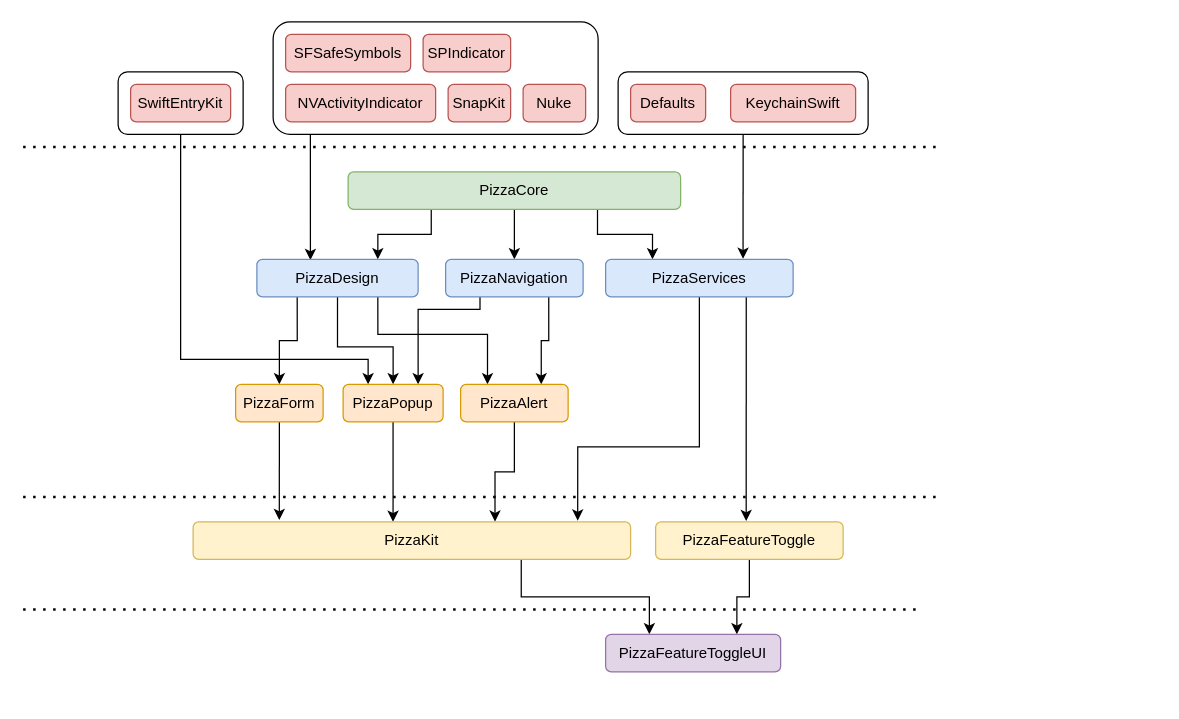
Earlier version of the draw.io diagram Resources/diagram.drawio (PizzaKit/pizzakit). Source tidied: cells renumbered, new cells numbered last; positions are measured from the earlier drawing's top-left corner, leaving out a move shared by most shapes. Both pictures are drawn from the tidied source at 125%, with x=0, y=0 at pixel (22, 21).
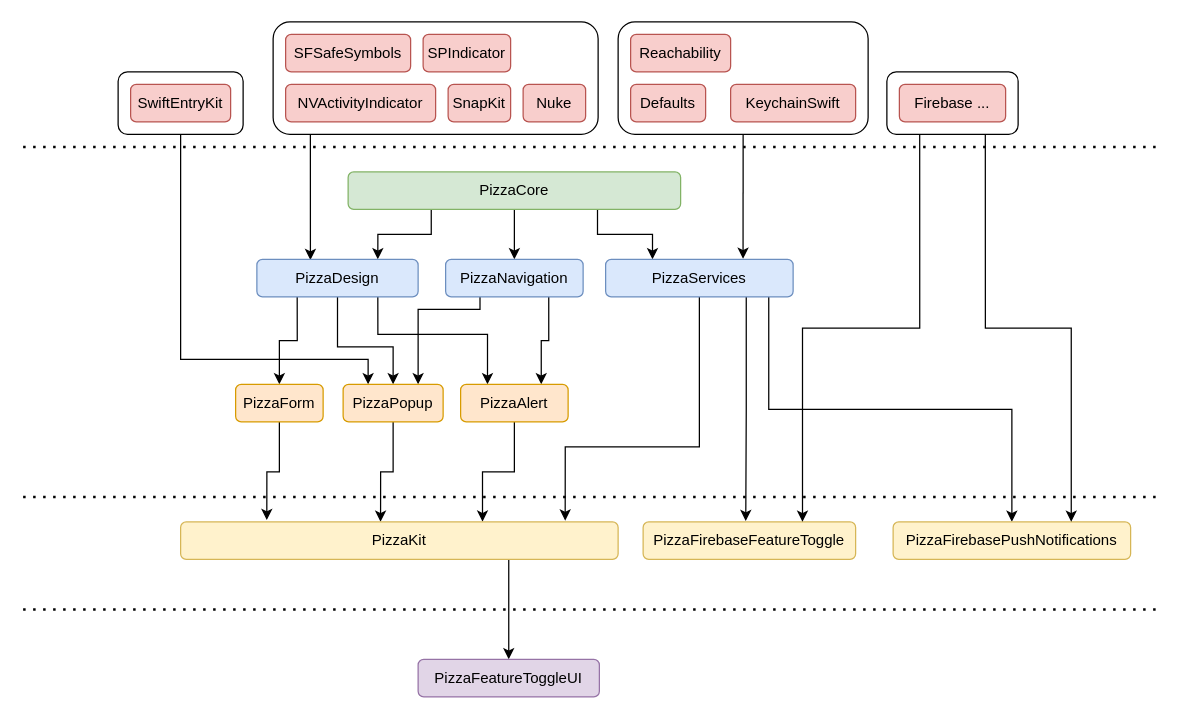
The same diagram, later.

The change refers to these unchanged cells:
```xml
<mxCell id="24" value="PizzaServices" style="rounded=1;whiteSpace=wrap;html=1;fillColor=#dae8fc;strokeColor=#6c8ebf;" parent="1" vertex="1">
  <mxGeometry x="466" y="190" width="150" height="30" as="geometry" />
</mxCell>
```

The edit, as a diff of the source:
```diff
@@
     <mxCell id="5" style="rounded=1;whiteSpace=wrap;html=1;" parent="1" vertex="1">
-      <mxGeometry x="476" y="40" width="200" height="50" as="geometry" />
+      <mxGeometry x="476" width="200" height="90" as="geometry" />
     </mxCell>
@@
     <mxCell id="22" style="edgeStyle=orthogonalEdgeStyle;rounded=0;jettySize=auto;html=1;entryX=0.879;entryY=-0.033;entryDx=0;entryDy=0;entryPerimeter=0;" parent="1" edge="1" source="24" target="33">
       <mxGeometry relative="1" as="geometry">
         <Array as="points">
           <mxPoint x="541" y="340" />
-          <mxPoint x="444" y="340" />
+          <mxPoint x="434" y="340" />
         </Array>
       </mxGeometry>
     </mxCell>
@@
+    <mxCell id="44" style="edgeStyle=orthogonalEdgeStyle;rounded=0;jettySize=auto;html=1;exitX=0.87;exitY=0.996;exitDx=0;exitDy=0;entryX=0.5;entryY=0;entryDx=0;entryDy=0;exitPerimeter=0;" parent="1" edge="1" source="24" target="45">
+      <mxGeometry relative="1" as="geometry" />
+    </mxCell>
@@
-    <mxCell id="32" style="edgeStyle=orthogonalEdgeStyle;rounded=0;jettySize=auto;html=1;exitX=0.75;exitY=1;exitDx=0;exitDy=0;entryX=0.25;entryY=0;entryDx=0;entryDy=0;" parent="1" edge="1" source="33" target="38">
+    <mxCell id="32" style="edgeStyle=orthogonalEdgeStyle;rounded=0;jettySize=auto;html=1;exitX=0.75;exitY=1;exitDx=0;exitDy=0;" parent="1" edge="1" source="33" target="38">
       <mxGeometry relative="1" as="geometry" />
     </mxCell>
     <mxCell id="33" value="PizzaKit" style="rounded=1;whiteSpace=wrap;html=1;fillColor=#fff2cc;strokeColor=#d6b656;" parent="1" vertex="1">
-      <mxGeometry x="136" y="400" width="350" height="30" as="geometry" />
+      <mxGeometry x="126" y="400" width="350" height="30" as="geometry" />
     </mxCell>
@@
-    <mxCell id="36" style="edgeStyle=orthogonalEdgeStyle;rounded=0;jettySize=auto;html=1;entryX=0.75;entryY=0;entryDx=0;entryDy=0;" parent="1" edge="1" source="37" target="38">
-      <mxGeometry relative="1" as="geometry" />
-    </mxCell>
-    <mxCell id="37" value="PizzaFeatureToggle" style="rounded=1;whiteSpace=wrap;html=1;fillColor=#fff2cc;strokeColor=#d6b656;" parent="1" vertex="1">
-      <mxGeometry x="506" y="400" width="150" height="30" as="geometry" />
+    <mxCell id="37" value="PizzaFirebaseFeatureToggle" style="rounded=1;whiteSpace=wrap;html=1;fillColor=#fff2cc;strokeColor=#d6b656;" parent="1" vertex="1">
+      <mxGeometry x="496" y="400" width="170" height="30" as="geometry" />
     </mxCell>
     <mxCell id="38" value="PizzaFeatureToggleUI" style="rounded=1;whiteSpace=wrap;html=1;fillColor=#e1d5e7;strokeColor=#9673a6;" parent="1" vertex="1">
-      <mxGeometry x="466" y="490" width="140" height="30" as="geometry" />
+      <mxGeometry x="316" y="510" width="145" height="30" as="geometry" />
     </mxCell>
@@
     <mxCell id="41" style="endArrow=none;dashed=1;html=1;dashPattern=1 3;strokeWidth=2;rounded=0;" parent="1" edge="1">
       <mxGeometry relative="1" as="geometry">
         <mxPoint y="100" as="sourcePoint" />
-        <mxPoint x="730" y="100" as="targetPoint" />
+        <mxPoint x="906" y="100" as="targetPoint" />
       </mxGeometry>
     </mxCell>
     <mxCell id="42" style="endArrow=none;dashed=1;html=1;dashPattern=1 3;strokeWidth=2;rounded=0;" parent="1" edge="1">
       <mxGeometry relative="1" as="geometry">
         <mxPoint y="380" as="sourcePoint" />
-        <mxPoint x="730" y="380" as="targetPoint" />
+        <mxPoint x="906" y="380" as="targetPoint" />
       </mxGeometry>
     </mxCell>
     <mxCell id="43" style="endArrow=none;dashed=1;html=1;dashPattern=1 3;strokeWidth=2;rounded=0;" parent="1" edge="1">
       <mxGeometry relative="1" as="geometry">
         <mxPoint y="470" as="sourcePoint" />
-        <mxPoint x="720" y="470" as="targetPoint" />
+        <mxPoint x="906" y="470" as="targetPoint" />
       </mxGeometry>
     </mxCell>
+    <mxCell id="45" value="PizzaFirebasePushNotifications" style="rounded=1;whiteSpace=wrap;html=1;fillColor=#fff2cc;strokeColor=#d6b656;" parent="1" vertex="1">
+      <mxGeometry x="696" y="400" width="190" height="30" as="geometry" />
+    </mxCell>
+    <mxCell id="46" style="edgeStyle=orthogonalEdgeStyle;rounded=0;jettySize=auto;html=1;exitX=0.25;exitY=1;exitDx=0;exitDy=0;entryX=0.75;entryY=0;entryDx=0;entryDy=0;" parent="1" edge="1" source="48" target="37">
+      <mxGeometry relative="1" as="geometry" />
+    </mxCell>
+    <mxCell id="47" style="edgeStyle=orthogonalEdgeStyle;rounded=0;jettySize=auto;html=1;exitX=0.75;exitY=1;exitDx=0;exitDy=0;entryX=0.75;entryY=0;entryDx=0;entryDy=0;" parent="1" edge="1" source="48" target="45">
+      <mxGeometry relative="1" as="geometry" />
+    </mxCell>
+    <mxCell id="48" style="rounded=1;whiteSpace=wrap;html=1;" parent="1" vertex="1">
+      <mxGeometry x="691" y="40" width="105" height="50" as="geometry" />
+    </mxCell>
+    <mxCell id="49" value="Firebase ..." style="rounded=1;whiteSpace=wrap;html=1;fillColor=#f8cecc;strokeColor=#b85450;" parent="1" vertex="1">
+      <mxGeometry x="701" y="50" width="85" height="30" as="geometry" />
+    </mxCell>
+    <mxCell id="50" value="Reachability" style="rounded=1;whiteSpace=wrap;html=1;fillColor=#f8cecc;strokeColor=#b85450;" parent="1" vertex="1">
+      <mxGeometry x="486" y="10" width="80" height="30" as="geometry" />
+    </mxCell>
```
